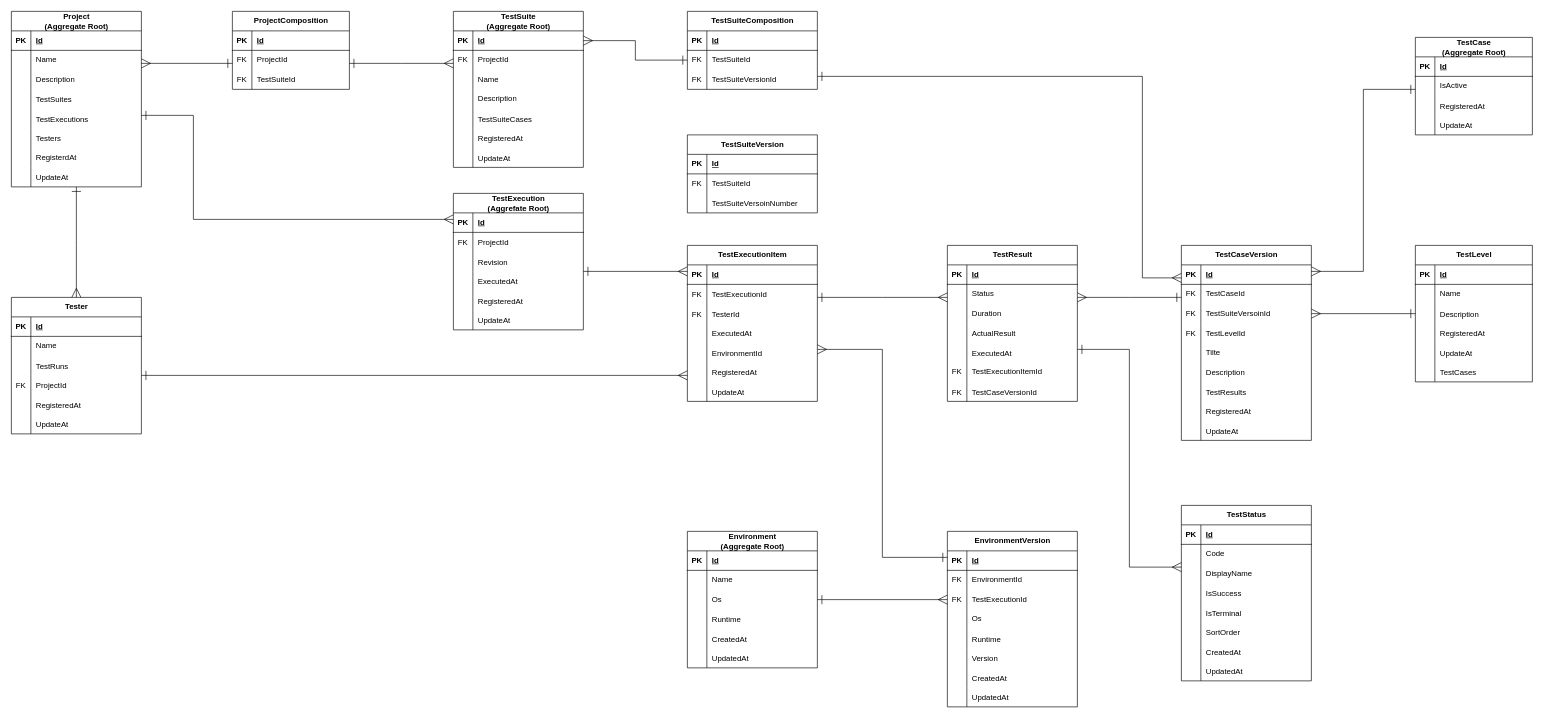
CountrySideEngineer/TestManagement keeps this draw.io diagram as page "テスト結果管理" (1 of 4) of doc/design/ER_diagram.drawio. Above is the earlier version. Source tidied: cells renumbered, new cells numbered last; positions are measured from the earlier drawing's top-left corner, leaving out a move shared by most shapes. Both pictures are drawn from the tidied source at 65%, with x=0, y=0 at pixel (11, 11).
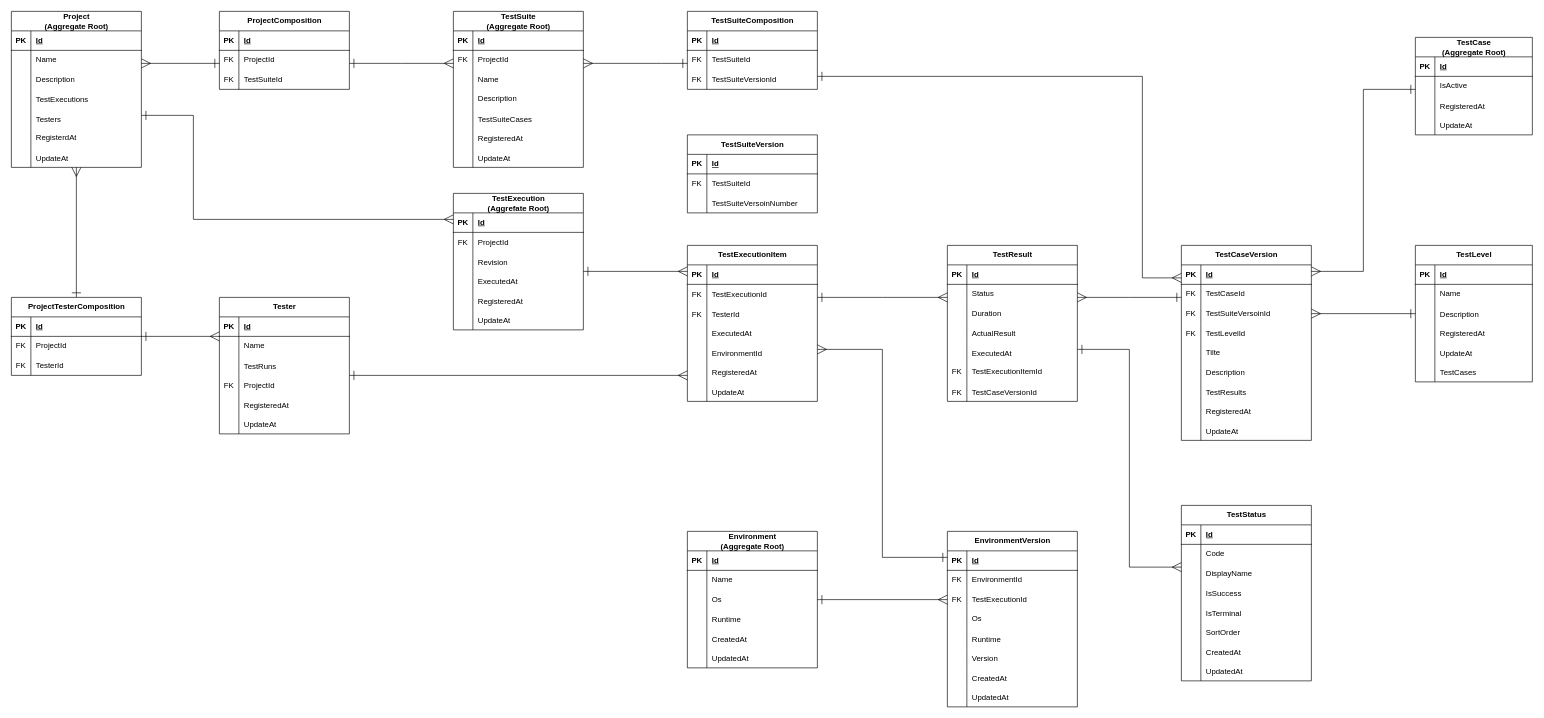
After the change.

Commit message:
Update table design.

Unchanged cells that the change refers to:
```xml
<mxCell id="104" value="TestSuite&lt;div&gt;(Aggregate Root)&lt;/div&gt;" style="shape=table;startSize=30;childLayout=tableLayout;rowLines=0;fontStyle=1;align=center;html=1;" parent="1" vertex="1">
  <mxGeometry x="680" width="200" height="240" as="geometry" />
</mxCell>
<mxCell id="105" style="shape=tableRow;horizontal=0;startSize=0;swimlaneHead=0;swimlaneBody=0;fillColor=none;points=[[0,0.5],[1,0.5]];portConstraint=eastwest;top=0;left=0;right=0;bottom=1;" parent="104" vertex="1">
  <mxGeometry y="30" width="200" height="30" as="geometry" />
</mxCell>
<mxCell id="284" value="TestSuiteComposition" style="shape=table;startSize=30;childLayout=tableLayout;rowLines=0;fontStyle=1;align=center;html=1;" parent="1" vertex="1">
  <mxGeometry x="1040" width="200" height="120" as="geometry" />
</mxCell>
<mxCell id="288" style="shape=tableRow;horizontal=0;startSize=0;swimlaneHead=0;swimlaneBody=0;fillColor=none;points=[[0,0.5],[1,0.5]];portConstraint=eastwest;top=0;left=0;right=0;bottom=0;" parent="284" vertex="1">
  <mxGeometry y="60" width="200" height="30" as="geometry" />
</mxCell>
```

Diff of the diagram source:
```diff
@@
     <mxCell id="37" value="Tester" style="shape=table;startSize=30;childLayout=tableLayout;rowLines=0;fontStyle=1;align=center;html=1;" parent="1" vertex="1">
-      <mxGeometry y="440" width="200" height="210" as="geometry" />
+      <mxGeometry x="320" y="440" width="200" height="210" as="geometry" />
     </mxCell>
@@
-    <mxCell id="78" style="edgeStyle=orthogonalEdgeStyle;rounded=0;jettySize=auto;html=1;startArrow=ERone;startFill=0;startSize=12;endSize=12;endArrow=ERmany;endFill=0;" parent="1" edge="1" source="79" target="37">
-      <mxGeometry relative="1" as="geometry">
-        <Array as="points">
-          <mxPoint x="100" y="360" />
-          <mxPoint x="100" y="360" />
-        </Array>
-      </mxGeometry>
+    <mxCell id="78" style="edgeStyle=orthogonalEdgeStyle;rounded=0;jettySize=auto;html=1;startArrow=ERone;startFill=0;startSize=12;endSize=12;endArrow=ERmany;endFill=0;" parent="1" edge="1" source="305" target="79">
+      <mxGeometry relative="1" as="geometry" />
     </mxCell>
     <mxCell id="79" value="Project&lt;div&gt;(Aggregate Root)&lt;/div&gt;" style="shape=table;startSize=30;childLayout=tableLayout;rowLines=0;fontStyle=1;align=center;html=1;" parent="1" vertex="1">
-      <mxGeometry width="200" height="270" as="geometry" />
+      <mxGeometry width="200" height="240" as="geometry" />
     </mxCell>
@@
-    <mxCell id="89" style="shape=tableRow;horizontal=0;startSize=0;swimlaneHead=0;swimlaneBody=0;fillColor=none;top=0;left=0;right=0;bottom=0;" parent="79" vertex="1">
-      <mxGeometry y="120" width="200" height="30" as="geometry" />
-    </mxCell>
-    <mxCell id="90" style="shape=partialRectangle;fillColor=none;top=0;left=0;bottom=0;right=0;overflow=hidden;" parent="89" vertex="1">
-      <mxGeometry width="30" height="30" as="geometry" />
-    </mxCell>
-    <mxCell id="91" value="TestSuites" style="shape=partialRectangle;fillColor=none;top=0;left=0;bottom=0;right=0;align=left;spacingLeft=6;overflow=hidden;" parent="89" vertex="1">
-      <mxGeometry x="30" width="170" height="30" as="geometry" />
-    </mxCell>
     <mxCell id="92" style="shape=tableRow;horizontal=0;startSize=0;swimlaneHead=0;swimlaneBody=0;fillColor=none;top=0;left=0;right=0;bottom=0;" parent="79" vertex="1">
-      <mxGeometry y="150" width="200" height="30" as="geometry" />
+      <mxGeometry y="120" width="200" height="30" as="geometry" />
     </mxCell>
@@
     <mxCell id="95" style="shape=tableRow;horizontal=0;startSize=0;swimlaneHead=0;swimlaneBody=0;fillColor=none;top=0;left=0;right=0;bottom=0;" parent="79" vertex="1">
-      <mxGeometry y="180" width="200" height="30" as="geometry" />
+      <mxGeometry y="150" width="200" height="30" as="geometry" />
     </mxCell>
@@
     <mxCell id="98" style="shape=tableRow;horizontal=0;startSize=0;swimlaneHead=0;swimlaneBody=0;fillColor=none;top=0;left=0;right=0;bottom=0;" parent="79" vertex="1">
-      <mxGeometry y="210" width="200" height="30" as="geometry" />
+      <mxGeometry y="180" width="200" height="30" as="geometry" />
     </mxCell>
@@
     <mxCell id="101" style="shape=tableRow;horizontal=0;startSize=0;swimlaneHead=0;swimlaneBody=0;fillColor=none;top=0;left=0;right=0;bottom=0;" parent="79" vertex="1">
-      <mxGeometry y="240" width="200" height="30" as="geometry" />
+      <mxGeometry y="210" width="200" height="30" as="geometry" />
     </mxCell>
@@
-    <mxCell id="151" style="edgeStyle=orthogonalEdgeStyle;rounded=0;jettySize=auto;html=1;startArrow=ERone;startFill=0;endArrow=ERmany;endFill=0;startSize=12;endSize=12;" parent="1" edge="1" source="288" target="105">
-      <mxGeometry relative="1" as="geometry" />
+    <mxCell id="151" style="edgeStyle=orthogonalEdgeStyle;rounded=0;jettySize=auto;html=1;startArrow=ERone;startFill=0;endArrow=ERmany;endFill=0;startSize=12;endSize=12;" parent="1" edge="1" source="284" target="104">
+      <mxGeometry relative="1" as="geometry">
+        <Array as="points">
+          <mxPoint x="1000" y="80" />
+          <mxPoint x="1000" y="80" />
+        </Array>
+      </mxGeometry>
     </mxCell>
@@
     <mxCell id="294" value="ProjectComposition" style="shape=table;startSize=30;childLayout=tableLayout;rowLines=0;fontStyle=1;align=center;html=1;" parent="1" vertex="1">
-      <mxGeometry x="340" width="180" height="120" as="geometry" />
+      <mxGeometry x="320" width="200" height="120" as="geometry" />
     </mxCell>
     <mxCell id="295" style="shape=tableRow;horizontal=0;startSize=0;swimlaneHead=0;swimlaneBody=0;fillColor=none;top=0;left=0;right=0;bottom=1;" parent="294" vertex="1">
-      <mxGeometry y="30" width="180" height="30" as="geometry" />
+      <mxGeometry y="30" width="200" height="30" as="geometry" />
     </mxCell>
@@
     <mxCell id="297" value="Id" style="shape=partialRectangle;fillColor=none;top=0;left=0;bottom=0;right=0;align=left;spacingLeft=6;fontStyle=5;overflow=hidden;whiteSpace=wrap;html=1;" parent="295" vertex="1">
-      <mxGeometry x="30" width="150" height="30" as="geometry" />
+      <mxGeometry x="30" width="170" height="30" as="geometry" />
     </mxCell>
     <mxCell id="298" style="shape=tableRow;horizontal=0;startSize=0;swimlaneHead=0;swimlaneBody=0;fillColor=none;top=0;left=0;right=0;bottom=0;" parent="294" vertex="1">
-      <mxGeometry y="60" width="180" height="30" as="geometry" />
+      <mxGeometry y="60" width="200" height="30" as="geometry" />
     </mxCell>
@@
     <mxCell id="300" value="ProjectId" style="shape=partialRectangle;fillColor=none;top=0;left=0;bottom=0;right=0;align=left;spacingLeft=6;overflow=hidden;whiteSpace=wrap;html=1;" parent="298" vertex="1">
-      <mxGeometry x="30" width="150" height="30" as="geometry" />
+      <mxGeometry x="30" width="170" height="30" as="geometry" />
     </mxCell>
     <mxCell id="301" style="shape=tableRow;horizontal=0;startSize=0;swimlaneHead=0;swimlaneBody=0;fillColor=none;top=0;left=0;right=0;bottom=0;" parent="294" vertex="1">
-      <mxGeometry y="90" width="180" height="30" as="geometry" />
+      <mxGeometry y="90" width="200" height="30" as="geometry" />
     </mxCell>
@@
     <mxCell id="303" value="TestSuiteId" style="shape=partialRectangle;fillColor=none;top=0;left=0;bottom=0;right=0;align=left;spacingLeft=6;overflow=hidden;whiteSpace=wrap;html=1;" parent="301" vertex="1">
-      <mxGeometry x="30" width="150" height="30" as="geometry" />
+      <mxGeometry x="30" width="170" height="30" as="geometry" />
     </mxCell>
@@
+    <mxCell id="305" value="ProjectTesterComposition" style="shape=table;startSize=30;childLayout=tableLayout;rowLines=0;fontStyle=1;align=center;html=1;" parent="1" vertex="1">
+      <mxGeometry y="440" width="200" height="120" as="geometry" />
+    </mxCell>
+    <mxCell id="306" style="shape=tableRow;horizontal=0;startSize=0;swimlaneHead=0;swimlaneBody=0;fillColor=none;top=0;left=0;right=0;bottom=1;" parent="305" vertex="1">
+      <mxGeometry y="30" width="200" height="30" as="geometry" />
+    </mxCell>
+    <mxCell id="307" value="PK" style="shape=partialRectangle;fillColor=none;top=0;left=0;bottom=0;right=0;fontStyle=1;overflow=hidden;whiteSpace=wrap;html=1;" parent="306" vertex="1">
+      <mxGeometry width="30" height="30" as="geometry" />
+    </mxCell>
+    <mxCell id="308" value="Id" style="shape=partialRectangle;fillColor=none;top=0;left=0;bottom=0;right=0;align=left;spacingLeft=6;fontStyle=5;overflow=hidden;whiteSpace=wrap;html=1;" parent="306" vertex="1">
+      <mxGeometry x="30" width="170" height="30" as="geometry" />
+    </mxCell>
+    <mxCell id="309" style="shape=tableRow;horizontal=0;startSize=0;swimlaneHead=0;swimlaneBody=0;fillColor=none;top=0;left=0;right=0;bottom=0;" parent="305" vertex="1">
+      <mxGeometry y="60" width="200" height="30" as="geometry" />
+    </mxCell>
+    <mxCell id="310" value="FK" style="shape=partialRectangle;fillColor=none;top=0;left=0;bottom=0;right=0;overflow=hidden;whiteSpace=wrap;html=1;" parent="309" vertex="1">
+      <mxGeometry width="30" height="30" as="geometry" />
+    </mxCell>
+    <mxCell id="311" value="ProjectId" style="shape=partialRectangle;fillColor=none;top=0;left=0;bottom=0;right=0;align=left;spacingLeft=6;overflow=hidden;whiteSpace=wrap;html=1;" parent="309" vertex="1">
+      <mxGeometry x="30" width="170" height="30" as="geometry" />
+    </mxCell>
+    <mxCell id="312" style="shape=tableRow;horizontal=0;startSize=0;swimlaneHead=0;swimlaneBody=0;fillColor=none;top=0;left=0;right=0;bottom=0;" parent="305" vertex="1">
+      <mxGeometry y="90" width="200" height="30" as="geometry" />
+    </mxCell>
+    <mxCell id="313" value="FK" style="shape=partialRectangle;fillColor=none;top=0;left=0;bottom=0;right=0;overflow=hidden;whiteSpace=wrap;html=1;" parent="312" vertex="1">
+      <mxGeometry width="30" height="30" as="geometry" />
+    </mxCell>
+    <mxCell id="314" value="TesterId" style="shape=partialRectangle;fillColor=none;top=0;left=0;bottom=0;right=0;align=left;spacingLeft=6;overflow=hidden;whiteSpace=wrap;html=1;" parent="312" vertex="1">
+      <mxGeometry x="30" width="170" height="30" as="geometry" />
+    </mxCell>
+    <mxCell id="315" style="edgeStyle=orthogonalEdgeStyle;rounded=0;jettySize=auto;html=1;startArrow=ERone;startFill=0;startSize=12;endSize=12;endArrow=ERmany;endFill=0;" parent="1" edge="1" source="305" target="37">
+      <mxGeometry relative="1" as="geometry">
+        <Array as="points">
+          <mxPoint x="290" y="500" />
+          <mxPoint x="290" y="500" />
+        </Array>
+      </mxGeometry>
+    </mxCell>
```
